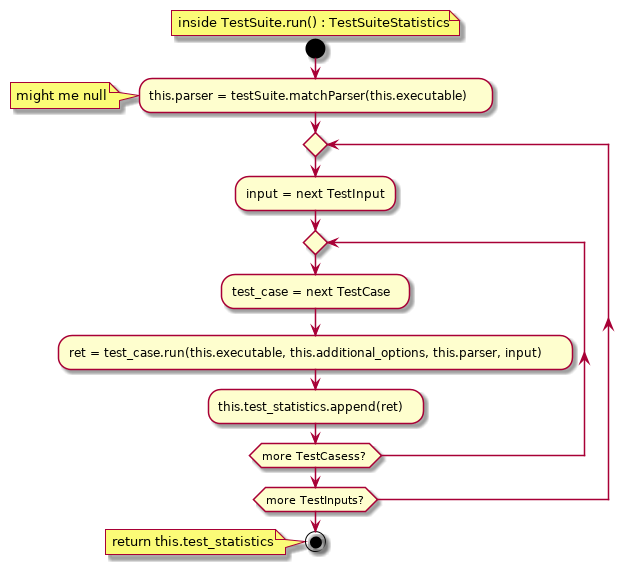
Above: benchmark/activity_diagrams/test_suite_run.png in Mateusz-Grzelinski/set-research-documentation (PlantUML), before the change. The source it was exported from:
```plantuml
@startuml
floating note: inside TestSuite.run() : TestSuiteStatistics
start

:this.parser = testSuite.matchParser(this.executable);
note: might me null

repeat
:input = next TestInput;
repeat
:test_case = next TestCase;
:ret = test_case.run(this.executable, this.additional_options, this.parser, input);
:this.test_statistics.append(ret);
repeat while (more TestCasess?)
repeat while (more TestInputs?)

stop
note: return this.test_statistics

@enduml
```
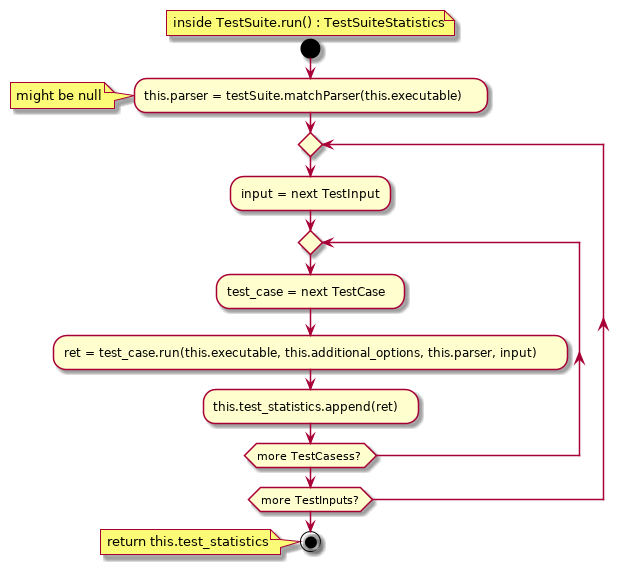
Later version of the same file.

Diff of the diagram source:
```diff
@@ -3,7 +3,7 @@
 start
 
 :this.parser = testSuite.matchParser(this.executable);
-note: might me null
+note: might be null
 
 repeat
 :input = next TestInput;
```
